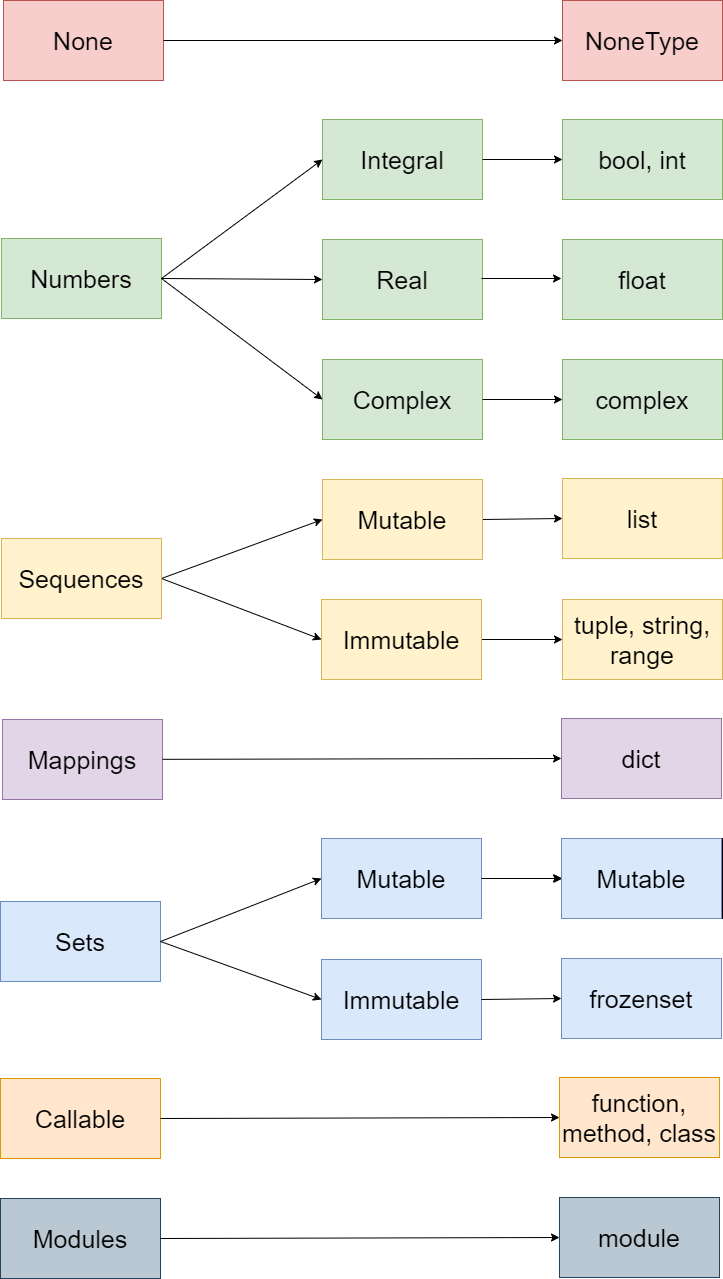
Before: _static/img/type-system.png, a diagram exported from draw.io (tuenguyends/python-tutorials). Source tidied: cells renumbered, new cells last; positions are measured from the earlier drawing's top-left corner, leaving out a move shared by most shapes.
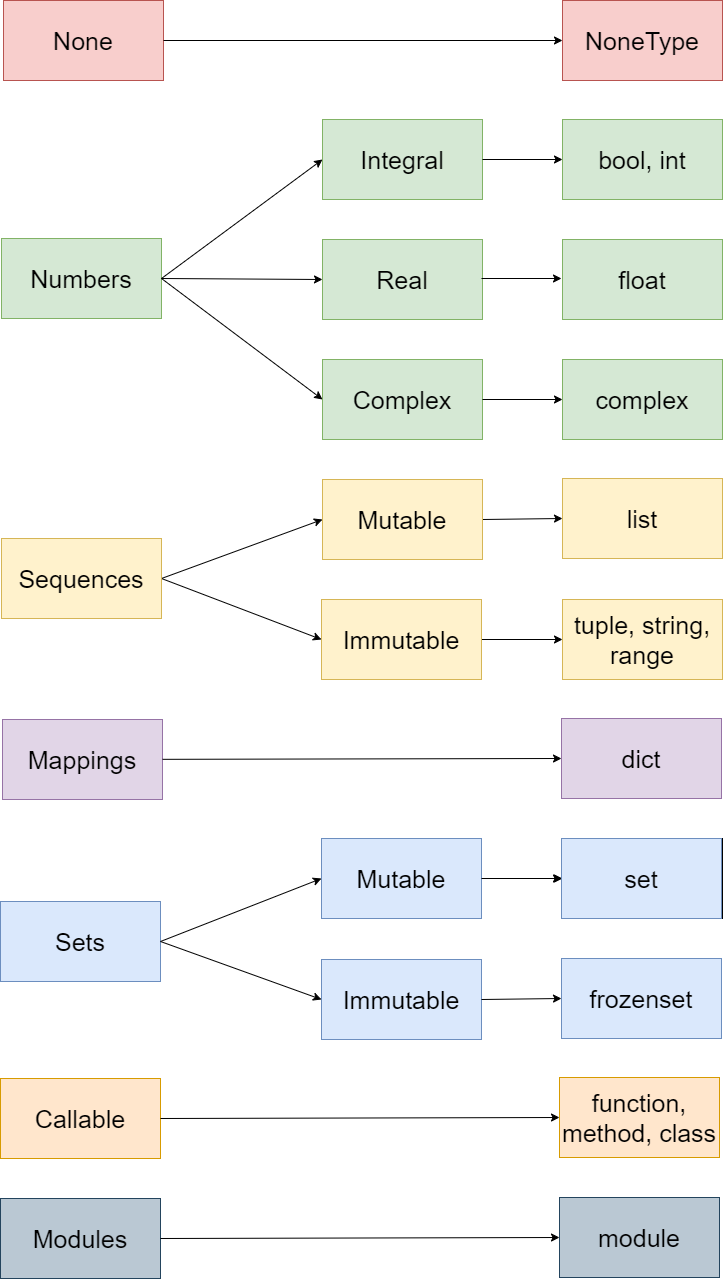
The same file after the commit.

What changed in the source:
```diff
@@ -149,7 +149,7 @@
     <mxCell id="49" value="&lt;span style=&quot;font-size: 25px&quot;&gt;list&lt;/span&gt;" style="rounded=0;whiteSpace=wrap;html=1;fontSize=16;fillColor=#fff2cc;strokeColor=#d6b656;" parent="1" vertex="1">
       <mxGeometry x="562" y="478" width="160" height="80" as="geometry" />
     </mxCell>
-    <mxCell id="50" value="&lt;font style=&quot;font-size: 25px&quot;&gt;Mutable&lt;/font&gt;" style="rounded=0;whiteSpace=wrap;html=1;fontSize=16;fillColor=#dae8fc;strokeColor=#6c8ebf;" parent="1" vertex="1">
+    <mxCell id="50" value="&lt;span style=&quot;font-size: 25px&quot;&gt;set&lt;/span&gt;" style="rounded=0;whiteSpace=wrap;html=1;fontSize=16;fillColor=#dae8fc;strokeColor=#6c8ebf;" parent="1" vertex="1">
       <mxGeometry x="561" y="838" width="160" height="80" as="geometry" />
     </mxCell>
   </root>
```
